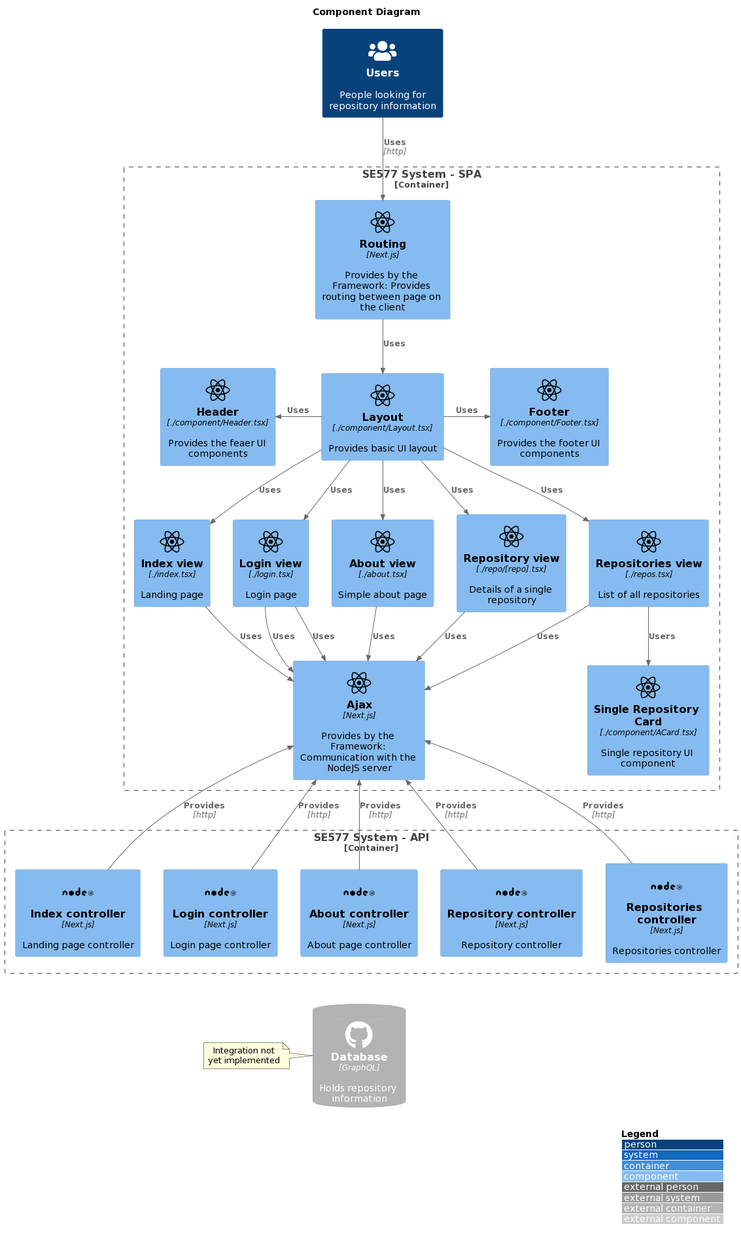
This is se577/arch/c4_component.png from derjust/se577, a PlantUML export, as it was before one commit. Source of this version:
```plantuml
@startuml
title Component Diagram

!include https://raw.githubusercontent.com/plantuml-stdlib/C4-PlantUML/master/C4_Component.puml

!define DEVICONS https://raw.githubusercontent.com/tupadr3/plantuml-icon-font-sprites/master/devicons
!define FONTAWESOME https://raw.githubusercontent.com/tupadr3/plantuml-icon-font-sprites/master/font-awesome-5
!include DEVICONS/react.puml
!include DEVICONS/nodejs.puml
!include DEVICONS/msql_server.puml
!include FONTAWESOME/users.puml
!include FONTAWESOME/github.puml

LAYOUT_WITH_LEGEND()

Person(user, "Users", "People looking for repository information", $sprite="users")
Container_Boundary(spa, "SE577 System - SPA") {
	Component(layout, "Layout", "./component/Layout.tsx", "Provides basic UI layout", $sprite="react")
	Component(headerComponent, "Header", "./component/Header.tsx", "Provides the feaer UI components", $sprite="react")
	Component(footerComponent, "Footer", "./component/Footer.tsx", "Provides the footer UI components", $sprite="react")
	Component(routing, "Routing", "Next.js", "Provides by the Framework: Provides routing between page on the client", $sprite="react")

	Component(indexView, "Index view", "./index.tsx", "Landing page", $sprite="react")
	Component(loginView, "Login view", "./login.tsx", "Login page", $sprite="react")
	Component(aboutView, "About view", "./about.tsx", "Simple about page", $sprite="react")
	Component(reposView, "Repositories view", "./repos.tsx", "List of all repositories", $sprite="react")
		Component(repoCard, "Single Repository Card", "./component/ACard.tsx", "Single repository UI component", $sprite="react")
	Component(repoView, "Repository view", "./repo/[repo].tsx", "Details of a single repository", $sprite="react")

	Component(ajax, "Ajax", "Next.js", "Provides by the Framework: Communication with the NodeJS server", $sprite="react")

}
Container_Boundary(api, "SE577 System - API") {
	Component(indexController, "Index controller", "Next.js", "Landing page controller", $sprite="nodejs")
	Component(loginController, "Login controller", "Next.js", "Login page controller", $sprite="nodejs")
	Component(aboutController, "About controller", "Next.js", "About page controller", $sprite="nodejs")
	Component(reposController, "Repositories controller", "Next.js", "Repositories controller", $sprite="nodejs")
	Component(repoController, "Repository controller", "Next.js", "Repository controller", $sprite="nodejs")
}

ContainerDb_Ext(db, "Database", "GraphQL", "Holds repository information", $sprite="github")
note left
	Integration not
	yet implemented
end note

Rel_L(layout, headerComponent, "Uses")
Rel_R(layout, footerComponent, "Uses")

Rel(user, routing, "Uses", "http")
Rel(routing, layout, "Uses")
Rel(loginView, ajax, "Uses")

Lay_R(indexView, loginView)
Lay_R(loginView, aboutView)
Lay_R(aboutView, repoView)
Lay_R(repoView, reposView)


Rel_D(layout, indexView, "Uses")
Rel_D(layout, loginView, "Uses")
Rel_D(layout, aboutView, "Uses")
Rel_D(layout, reposView, "Uses")
Rel_D(layout, repoView, "Uses")

Rel_D(indexView, ajax, "Uses")
Rel_D(loginView, ajax, "Uses")
Rel_D(aboutView, ajax, "Uses")
Rel_D(reposView, ajax, "Uses")
Rel_D(reposView, repoCard, "Users")
Rel_D(repoView, ajax, "Uses")

Lay_R(indexController, loginController)
Lay_R(loginController, aboutController)
Lay_R(aboutController, repoController)
Lay_R(repoController, reposController)

Rel_U(indexController, ajax, "Provides", "http")
Rel_U(loginController, ajax, "Provides", "http")
Rel_U(aboutController, ajax, "Provides", "http")
Rel_U(reposController, ajax, "Provides", "http")
Rel_U(repoController, ajax, "Provides", "http")

Lay_D(aboutController, db)
@enduml
```
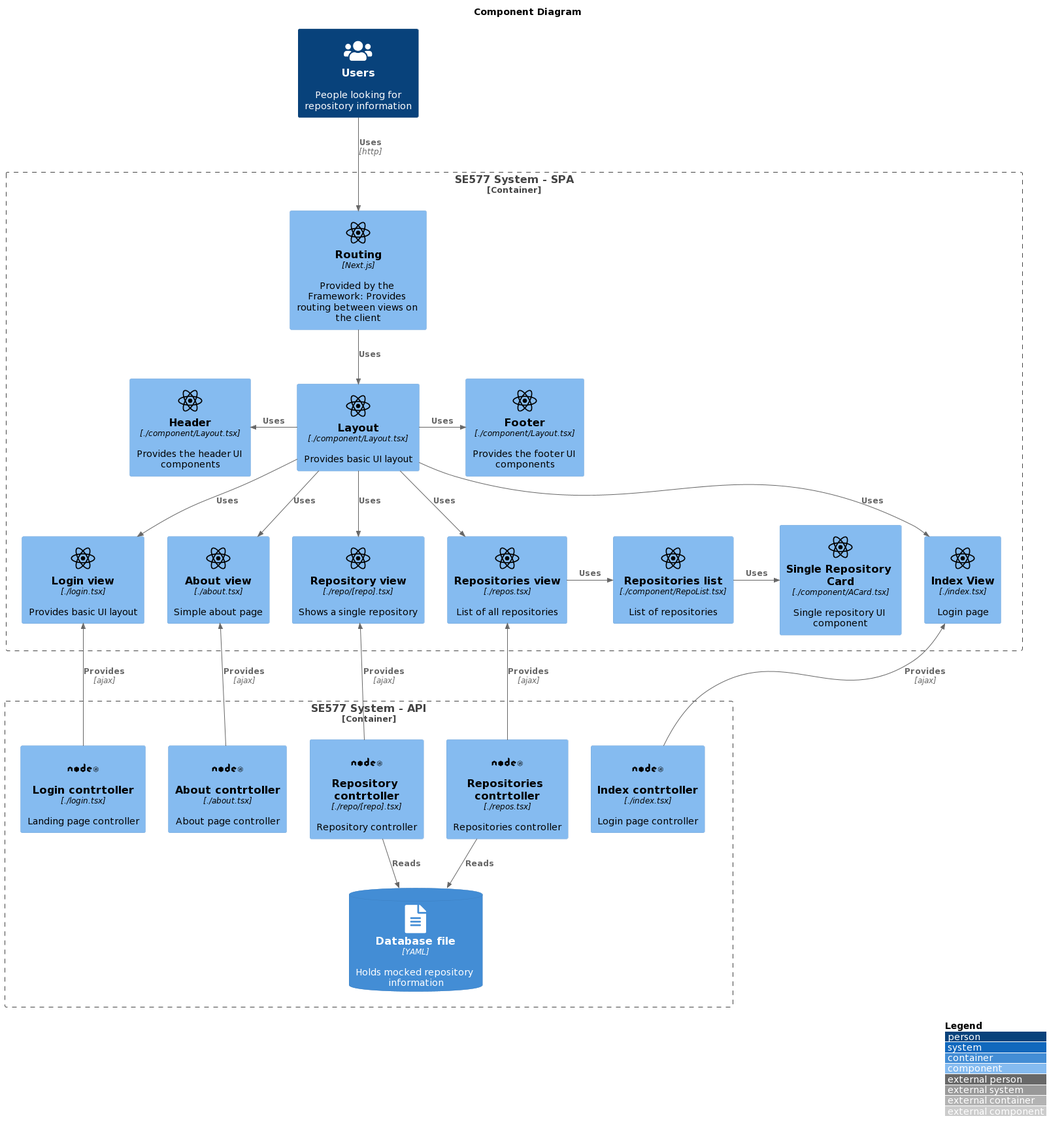
After the commit.

The edit, as a diff of the source:
```diff
@@ -7,7 +7,7 @@
 !define FONTAWESOME https://raw.githubusercontent.com/tupadr3/plantuml-icon-font-sprites/master/font-awesome-5
 !include DEVICONS/react.puml
 !include DEVICONS/nodejs.puml
-!include DEVICONS/msql_server.puml
+!include FONTAWESOME/file_alt.puml
 !include FONTAWESOME/users.puml
 !include FONTAWESOME/github.puml
 
@@ -15,71 +15,61 @@
 
 Person(user, "Users", "People looking for repository information", $sprite="users")
 Container_Boundary(spa, "SE577 System - SPA") {
+	Component(routing, "Routing", "Next.js", "Provided by the Framework: Provides routing between views on the client", $sprite="react")
 	Component(layout, "Layout", "./component/Layout.tsx", "Provides basic UI layout", $sprite="react")
-	Component(headerComponent, "Header", "./component/Header.tsx", "Provides the feaer UI components", $sprite="react")
-	Component(footerComponent, "Footer", "./component/Footer.tsx", "Provides the footer UI components", $sprite="react")
-	Component(routing, "Routing", "Next.js", "Provides by the Framework: Provides routing between page on the client", $sprite="react")
-
-	Component(indexView, "Index view", "./index.tsx", "Landing page", $sprite="react")
-	Component(loginView, "Login view", "./login.tsx", "Login page", $sprite="react")
+	Component(header, "Header", "./component/Layout.tsx", "Provides the header UI components", $sprite="react")
+	Component(footer, "Footer", "./component/Layout.tsx", "Provides the footer UI components", $sprite="react")
+	Component(loginView, "Login view", "./login.tsx", "Provides basic UI layout", $sprite="react")
+	Component(indexView, "Index View", "./index.tsx", "Login page", $sprite="react")
 	Component(aboutView, "About view", "./about.tsx", "Simple about page", $sprite="react")
 	Component(reposView, "Repositories view", "./repos.tsx", "List of all repositories", $sprite="react")
-		Component(repoCard, "Single Repository Card", "./component/ACard.tsx", "Single repository UI component", $sprite="react")
-	Component(repoView, "Repository view", "./repo/[repo].tsx", "Details of a single repository", $sprite="react")
-
-	Component(ajax, "Ajax", "Next.js", "Provides by the Framework: Communication with the NodeJS server", $sprite="react")
+	Component(repoListComponent, "Repositories list", "./component/RepoList.tsx", "List of repositories", $sprite="react")
+	Component(repoComponent, "Single Repository Card", "./component/ACard.tsx", "Single repository UI component", $sprite="react")
+	Component(repoView, "Repository view", "./repo/[repo].tsx", "Shows a single repository", $sprite="react")
 
 }
-Container_Boundary(api, "SE577 System - API") {
-	Component(indexController, "Index controller", "Next.js", "Landing page controller", $sprite="nodejs")
-	Component(loginController, "Login controller", "Next.js", "Login page controller", $sprite="nodejs")
-	Component(aboutController, "About controller", "Next.js", "About page controller", $sprite="nodejs")
-	Component(reposController, "Repositories controller", "Next.js", "Repositories controller", $sprite="nodejs")
-	Component(repoController, "Repository controller", "Next.js", "Repository controller", $sprite="nodejs")
+
+Container_Boundary(nodejs, "SE577 System - API") {
+	Component(loginController, "Login contrtoller", "./login.tsx", "Landing page controller", $sprite="nodejs")
+	Component(indexController, "Index contrtoller", "./index.tsx", "Login page controller", $sprite="nodejs")
+	Component(aboutController, "About contrtoller", "./about.tsx", "About page controller", $sprite="nodejs")
+	Component(reposController, "Repositories contrtoller", "./repos.tsx", "Repositories controller", $sprite="nodejs")
+	Component(repoController, "Repository contrtoller", "./repo/[repo].tsx", "Repository controller", $sprite="nodejs")
+
+	ContainerDb(db, "Database file", "YAML", "Holds mocked repository information", $sprite="file_alt")
 }
 
-ContainerDb_Ext(db, "Database", "GraphQL", "Holds repository information", $sprite="github")
-note left
-	Integration not
-	yet implemented
-end note
-
-Rel_L(layout, headerComponent, "Uses")
-Rel_R(layout, footerComponent, "Uses")
 
 Rel(user, routing, "Uses", "http")
 Rel(routing, layout, "Uses")
-Rel(loginView, ajax, "Uses")
+Rel_R(layout, footer, "Uses")
+Rel_L(layout, header, "Uses")
+Rel(layout, indexView, "Uses")
+Rel(layout, loginView, "Uses")
+Rel(layout, aboutView, "Uses")
+Rel(layout, repoView, "Uses")
+Rel(layout, reposView, "Uses")
+Rel_R(reposView, repoListComponent, "Uses")
+Rel_R(repoListComponent, repoComponent, "Uses")
 
 Lay_R(indexView, loginView)
 Lay_R(loginView, aboutView)
 Lay_R(aboutView, repoView)
 Lay_R(repoView, reposView)
 
+Rel_U(indexController, indexView, "Provides", "ajax")
+Rel_U(loginController, loginView, "Provides", "ajax")
+Rel_U(aboutController, aboutView, "Provides", "ajax")
+Rel_U(reposController, reposView, "Provides", "ajax")
+Rel_U(repoController, repoView, "Provides", "ajax")
+Rel_D(reposController, db, "Reads")
+Rel_D(repoController, db, "Reads")
 
-Rel_D(layout, indexView, "Uses")
-Rel_D(layout, loginView, "Uses")
-Rel_D(layout, aboutView, "Uses")
-Rel_D(layout, reposView, "Uses")
-Rel_D(layout, repoView, "Uses")
-
-Rel_D(indexView, ajax, "Uses")
-Rel_D(loginView, ajax, "Uses")
-Rel_D(aboutView, ajax, "Uses")
-Rel_D(reposView, ajax, "Uses")
-Rel_D(reposView, repoCard, "Users")
-Rel_D(repoView, ajax, "Uses")
 
 Lay_R(indexController, loginController)
 Lay_R(loginController, aboutController)
 Lay_R(aboutController, repoController)
 Lay_R(repoController, reposController)
 
-Rel_U(indexController, ajax, "Provides", "http")
-Rel_U(loginController, ajax, "Provides", "http")
-Rel_U(aboutController, ajax, "Provides", "http")
-Rel_U(reposController, ajax, "Provides", "http")
-Rel_U(repoController, ajax, "Provides", "http")
-
-Lay_D(aboutController, db)
+Lay_D(spa, nodejs)
 @enduml
```
